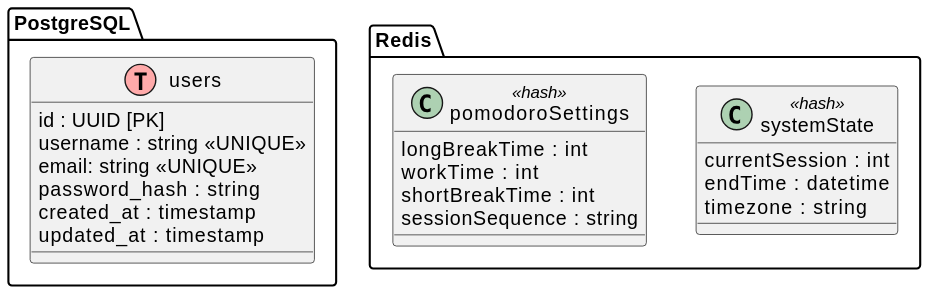
Before: docs/data_design/data_design.svg, a diagram exported from PlantUML (GuanJms/pomodoro-backend).
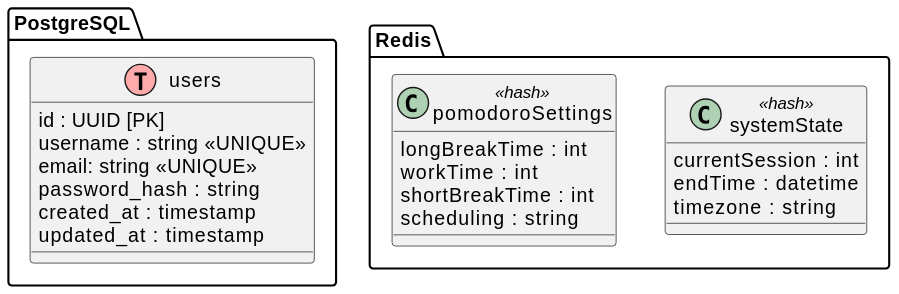
The same diagram one commit later.

What changed in the source:
```diff
@@ -17,7 +17,7 @@
         longBreakTime : int
         workTime : int
         shortBreakTime : int
-        sessionSequence : string
+        scheduling : string
     }
 
     class systemState <<hash>> {
```
